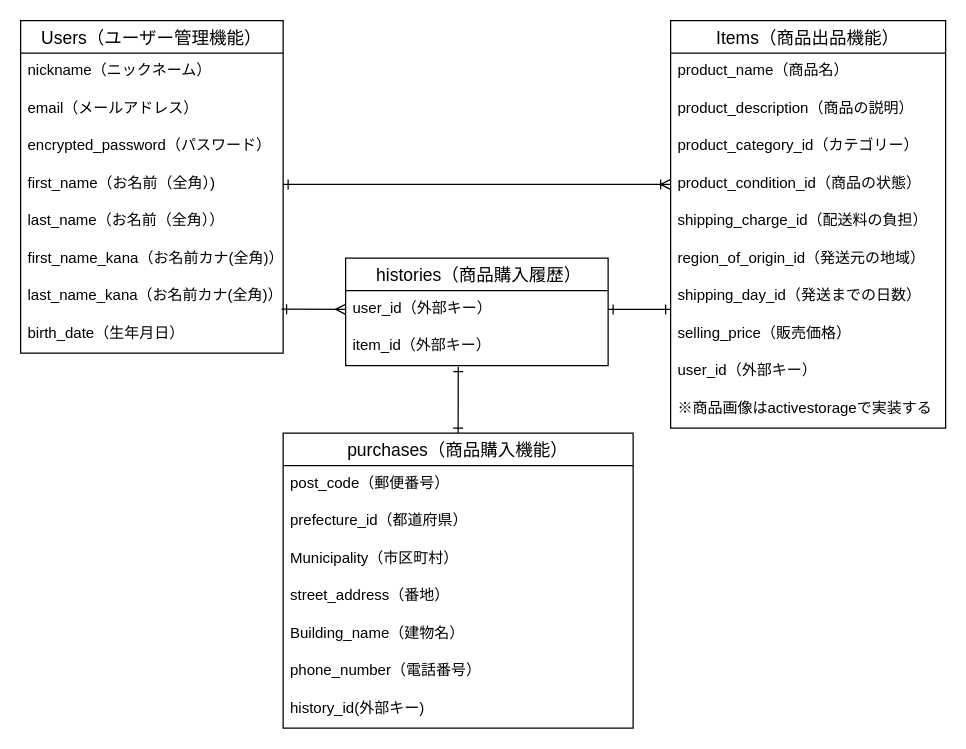
Above: ER.dio in shiraishono/furima-40306 (draw.io), before the change. Source tidied: cells renumbered, new cells numbered last; positions are measured from the earlier drawing's top-left corner, leaving out a move shared by most shapes. Both pictures are drawn from the tidied source at 125%, with x=0, y=0 at pixel (20, 20).
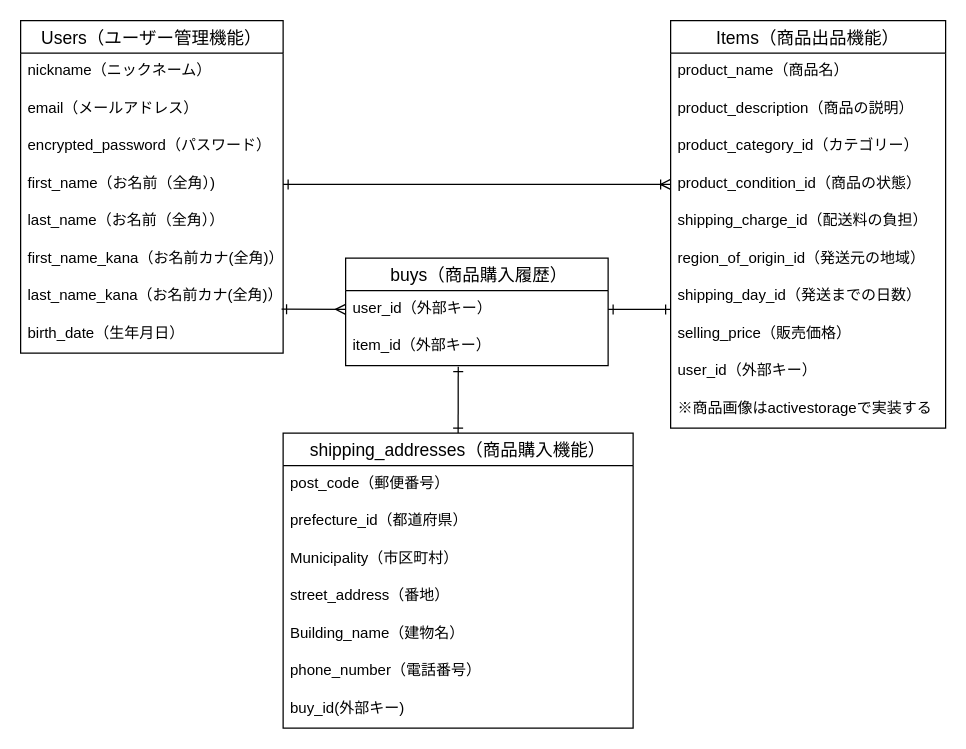
Above is the later version.

What changed in the source:
```diff
@@
-    <mxCell id="23" value="purchases（商品購入機能）" style="swimlane;fontStyle=0;horizontal=1;startSize=26;align=center;fontSize=14;" parent="1" vertex="1">
+    <mxCell id="23" value="shipping_addresses（商品購入機能）" style="swimlane;fontStyle=0;horizontal=1;startSize=26;align=center;fontSize=14;" parent="1" vertex="1">
       <mxGeometry x="210" y="330" width="280" height="236" as="geometry" />
     </mxCell>
@@
-    <mxCell id="30" value="history_id(外部キー)" style="text;strokeColor=none;fillColor=none;spacingLeft=4;spacingRight=4;overflow=hidden;fontSize=12;" parent="23" vertex="1">
+    <mxCell id="30" value="buy_id(外部キー)" style="text;strokeColor=none;fillColor=none;spacingLeft=4;spacingRight=4;overflow=hidden;fontSize=12;" parent="23" vertex="1">
       <mxGeometry y="206" width="280" height="30" as="geometry" />
     </mxCell>
@@
-    <mxCell id="32" value=" histories（商品購入履歴）" style="swimlane;fontStyle=0;horizontal=1;startSize=26;align=center;fontSize=14;" parent="1" vertex="1">
+    <mxCell id="32" value=" buys（商品購入履歴）" style="swimlane;fontStyle=0;horizontal=1;startSize=26;align=center;fontSize=14;" parent="1" vertex="1">
       <mxGeometry x="260" y="190" width="210" height="86" as="geometry" />
     </mxCell>
```
